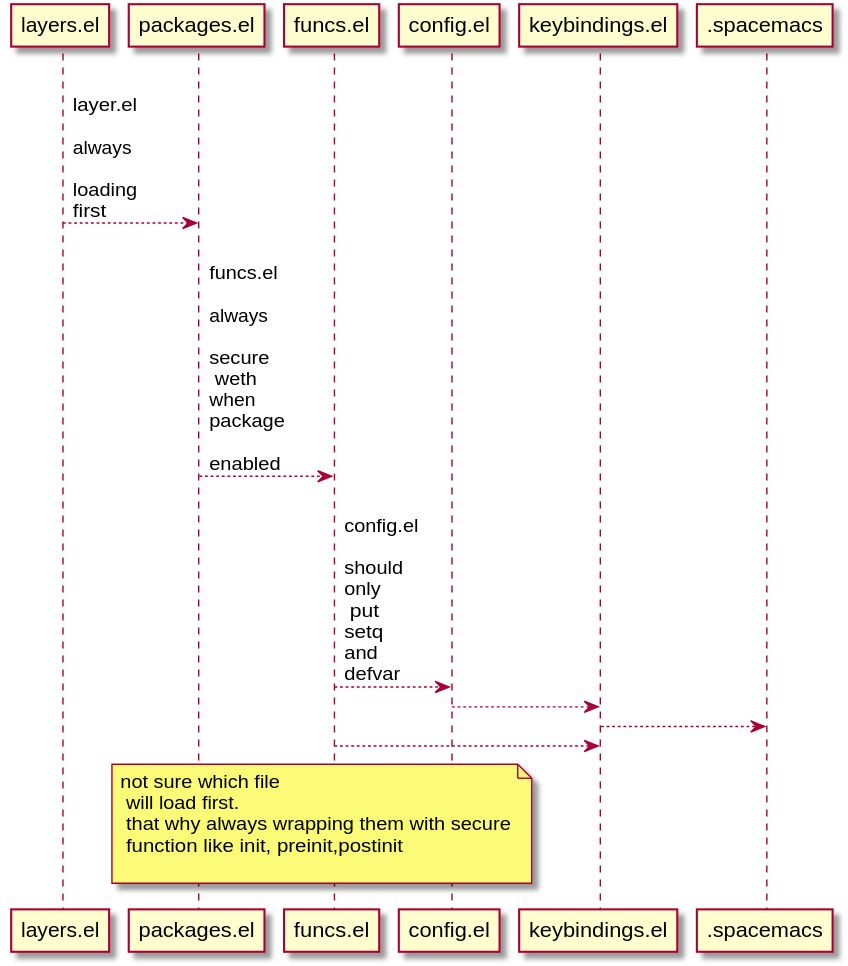
The PlantUML diagram _assets/img/loading.svg in nhannht/david, before a commit.
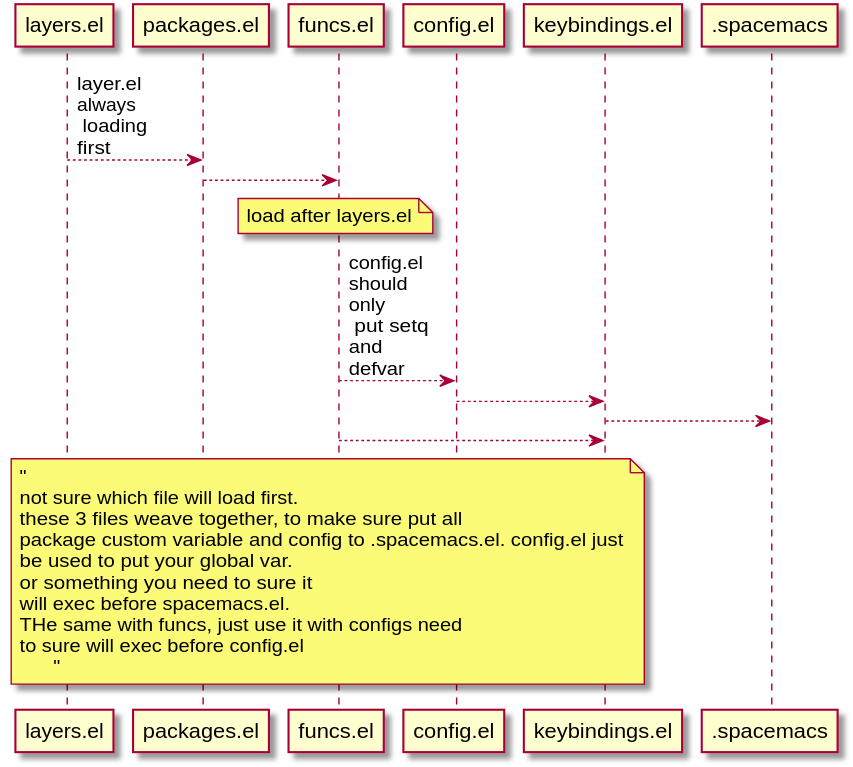
After the change.

Diff of the diagram source:
```diff
@@ -1,10 +1,23 @@
 @startuml
-skinparam maxMessageSize 40
-    layers.el --> packages.el :layer.el always\n loading first
-    packages.el --> funcs.el : funcs.el always secure\n weth when package enabled
-    funcs.el --> config.el :config.el should only\n put setq and defvar
-    config.el --> keybindings.el
-    keybindings.el --> .spacemacs
-      funcs.el --> keybindings.el
-    note over "packages.el", config.el: not sure which file\n will load first.\n that why always wrapping them with secure\n function like init, preinit,postinit\n
+  skinparam maxMessageSize 60
+  layers.el --> packages.el :layer.el always\n loading first
+  packages.el --> funcs.el
+note over funcs.el : load after layers.el
+  funcs.el --> config.el :config.el should only\n put setq and defvar
+  config.el --> keybindings.el
+  keybindings.el --> .spacemacs
+  funcs.el --> keybindings.el
+  note over "packages.el", config.el
+  "
+  not sure which file will load first.
+  these 3 files weave together, to make sure put all
+  package custom variable and config to .spacemacs.el. config.el just
+  be used to put your global var.
+  or something you need to sure it
+  will exec before spacemacs.el.
+  THe same with funcs, just use it with configs need
+  to sure will exec before config.el
+        "
+  endnote
+
 @enduml
```
